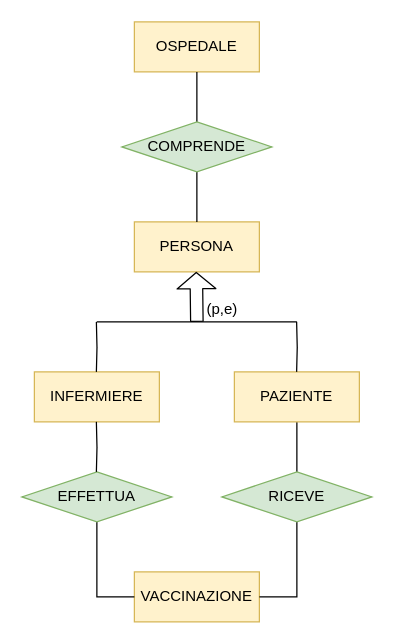
luigi-borriello00/Vaccinations-Tracker keeps this draw.io diagram as Diagrammi E-R/1.drawio. Above is the earlier version. Source tidied: cells renumbered, new cells numbered last; positions are measured from the earlier drawing's top-left corner, leaving out a move shared by most shapes. Both pictures are drawn from the tidied source at 125%, with x=0, y=0 at pixel (21, 21).
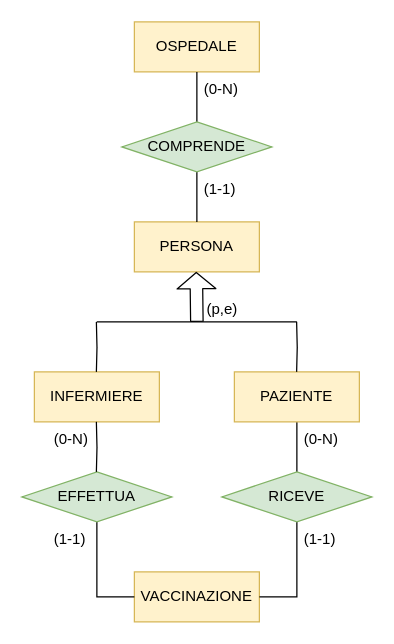
The same page after the edit.

The edit, as a diff of the source:
```diff
@@
+    <mxCell id="21" value="(0-N)" style="text;strokeColor=none;fillColor=none;spacingLeft=4;spacingRight=4;overflow=hidden;fontSize=12;" parent="1" vertex="1">
+      <mxGeometry x="140" y="40" width="40" height="30" as="geometry" />
+    </mxCell>
+    <mxCell id="22" value="(1-1)" style="text;strokeColor=none;fillColor=none;spacingLeft=4;spacingRight=4;overflow=hidden;fontSize=12;" parent="1" vertex="1">
+      <mxGeometry x="140" y="120" width="40" height="30" as="geometry" />
+    </mxCell>
+    <mxCell id="23" value="(0-N)" style="text;strokeColor=none;fillColor=none;spacingLeft=4;spacingRight=4;overflow=hidden;fontSize=12;" parent="1" vertex="1">
+      <mxGeometry x="20" y="320" width="40" height="30" as="geometry" />
+    </mxCell>
+    <mxCell id="24" value="(0-N)" style="text;strokeColor=none;fillColor=none;spacingLeft=4;spacingRight=4;overflow=hidden;fontSize=12;" parent="1" vertex="1">
+      <mxGeometry x="220" y="320" width="40" height="30" as="geometry" />
+    </mxCell>
+    <mxCell id="25" value="(1-1)" style="text;strokeColor=none;fillColor=none;spacingLeft=4;spacingRight=4;overflow=hidden;fontSize=12;" parent="1" vertex="1">
+      <mxGeometry x="20" y="400" width="40" height="30" as="geometry" />
+    </mxCell>
+    <mxCell id="26" value="(1-1)" style="text;strokeColor=none;fillColor=none;spacingLeft=4;spacingRight=4;overflow=hidden;fontSize=12;" parent="1" vertex="1">
+      <mxGeometry x="220" y="400" width="40" height="30" as="geometry" />
+    </mxCell>
```
